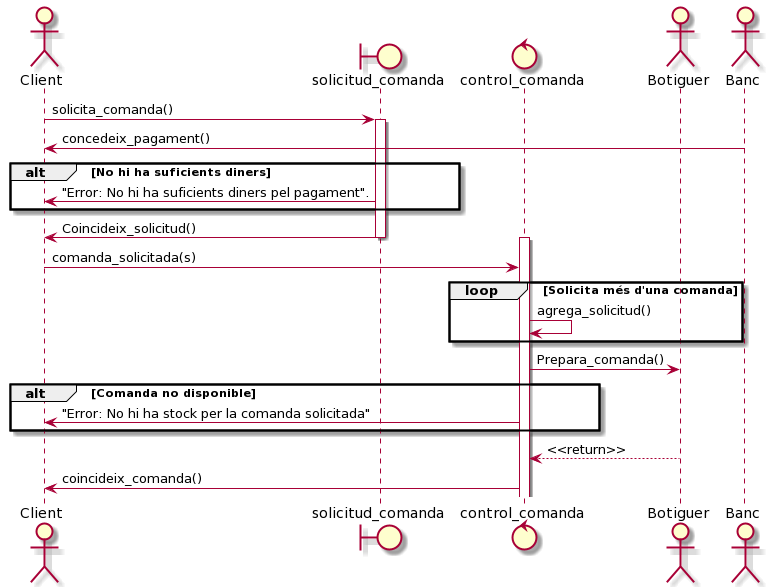
This is diagrams/Seq_Diagram_Solicitud_comanda.png from polpagesdev/delivery-app, a PlantUML export, as it was before one commit. The source it was exported from:
```plantuml
@startuml
actor Client
boundary solicitud_comanda
control control_comanda
actor Botiguer
actor Banc
Client -> solicitud_comanda : solicita_comanda()
activate solicitud_comanda

Banc -> Client: concedeix_pagament()
alt No hi ha suficients diners
   solicitud_comanda -> Client : "Error: No hi ha suficients diners pel pagament".
end
solicitud_comanda -> Client : Coincideix_solicitud()
deactivate solicitud_comanda
activate control_comanda
Client -> control_comanda: comanda_solicitada(s)
loop Solicita més d'una comanda
   control_comanda -> control_comanda: agrega_solicitud()
end
control_comanda -> Botiguer: Prepara_comanda()
alt Comanda no disponible
    control_comanda -> Client: "Error: No hi ha stock per la comanda solicitada"
end
Botiguer --> control_comanda: <<return>>
control_comanda -> Client: coincideix_comanda()
@enduml
```
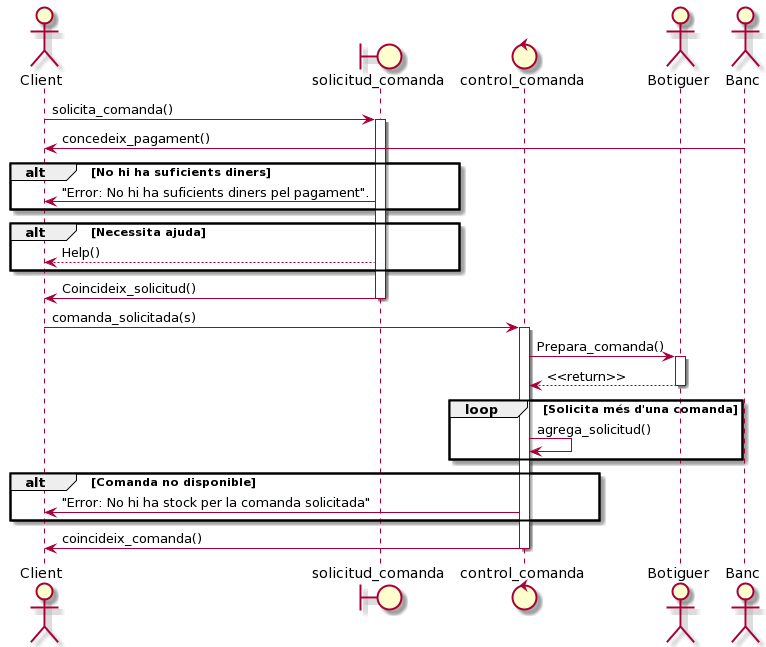
Above is the later version.

Change to the diagram source:
```diff
@@ -11,17 +11,26 @@
 alt No hi ha suficients diners
    solicitud_comanda -> Client : "Error: No hi ha suficients diners pel pagament".
 end
+alt Necessita ajuda
+   solicitud_comanda --> Client: Help()
+end
 solicitud_comanda -> Client : Coincideix_solicitud()
 deactivate solicitud_comanda
+Client -> control_comanda: comanda_solicitada(s)
+
+
 activate control_comanda
-Client -> control_comanda: comanda_solicitada(s)
+control_comanda -> Botiguer: Prepara_comanda()
+activate Botiguer
+Botiguer --> control_comanda: <<return>>
+deactivate Botiguer
+
 loop Solicita més d'una comanda
    control_comanda -> control_comanda: agrega_solicitud()
 end
-control_comanda -> Botiguer: Prepara_comanda()
 alt Comanda no disponible
     control_comanda -> Client: "Error: No hi ha stock per la comanda solicitada"
 end
-Botiguer --> control_comanda: <<return>>
 control_comanda -> Client: coincideix_comanda()
+deactivate control_comanda
 @enduml
```
